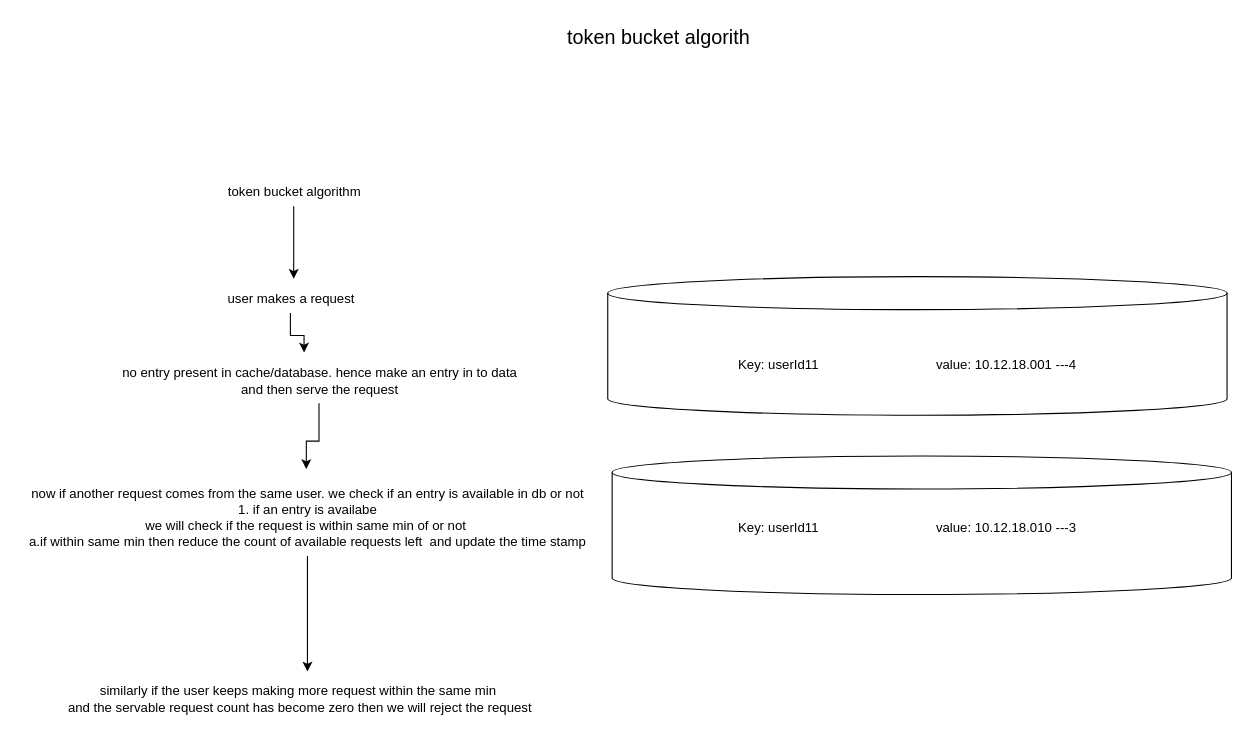
partha001/systemDesign keeps this draw.io diagram as drawio/rateLimiter.drawio. Above is the earlier version. Source tidied: cells renumbered, new cells numbered last; positions are measured from the earlier drawing's top-left corner, leaving out a move shared by most shapes. Both pictures are drawn from the tidied source at 110%, with x=0, y=0 at pixel (19, 19).
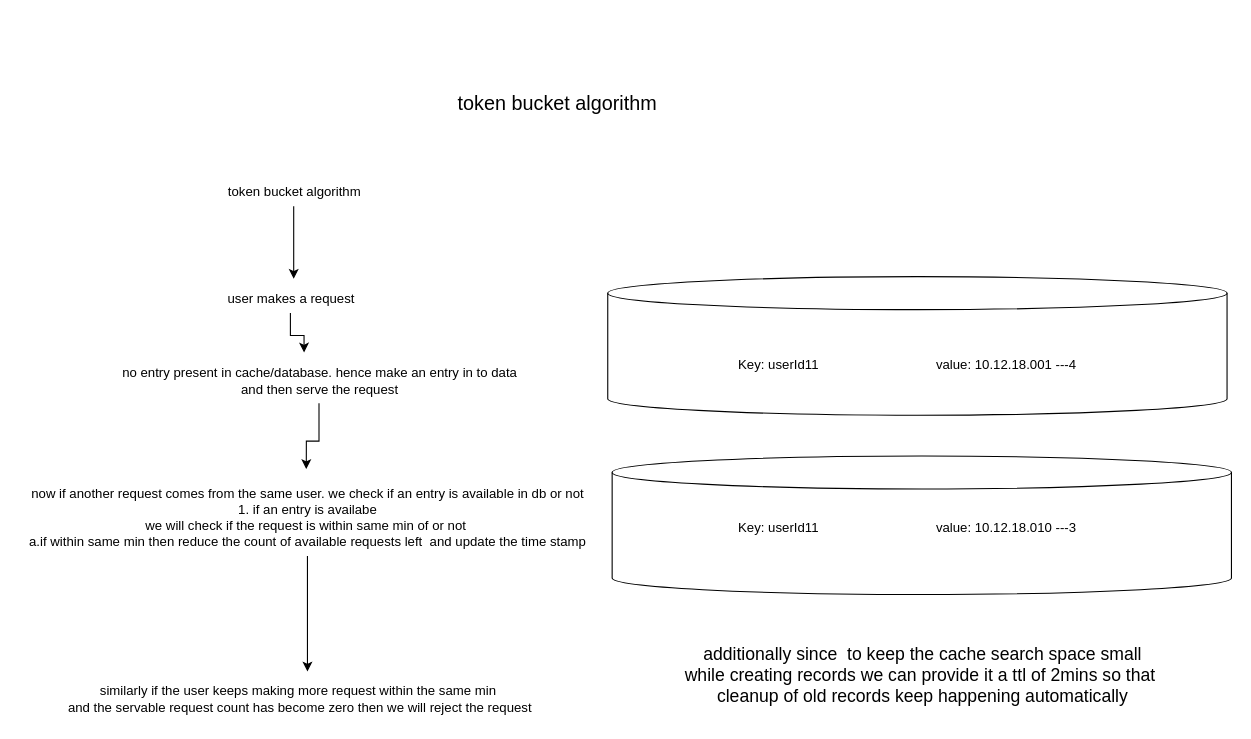
The same page after the edit.

Diff of the diagram source:
```diff
@@
-    <mxCell id="17" value="&lt;font style=&quot;font-size: 18px;&quot;&gt;token bucket algorith&lt;/font&gt;" style="text;html=1;align=center;verticalAlign=middle;strokeColor=none;fillColor=none;" parent="1" vertex="1">
-      <mxGeometry x="489" width="184" height="34" as="geometry" />
+    <mxCell id="17" value="&lt;font style=&quot;font-size: 18px;&quot;&gt;token bucket algorithm&lt;/font&gt;" style="text;html=1;align=center;verticalAlign=middle;strokeColor=none;fillColor=none;" parent="1" vertex="1">
+      <mxGeometry x="389" y="60" width="199" height="34" as="geometry" />
     </mxCell>
+    <mxCell id="18" value="additionally since&amp;nbsp; to keep the cache search space small&lt;div&gt;while creating records we can provide it a ttl of 2mins so that&amp;nbsp;&lt;/div&gt;&lt;div&gt;cleanup of old records keep happening automatically&lt;/div&gt;" style="text;html=1;align=center;verticalAlign=middle;strokeColor=none;fillColor=none;fontSize=16;" parent="1" vertex="1">
+      <mxGeometry x="595.5" y="561" width="450" height="70" as="geometry" />
+    </mxCell>
```
